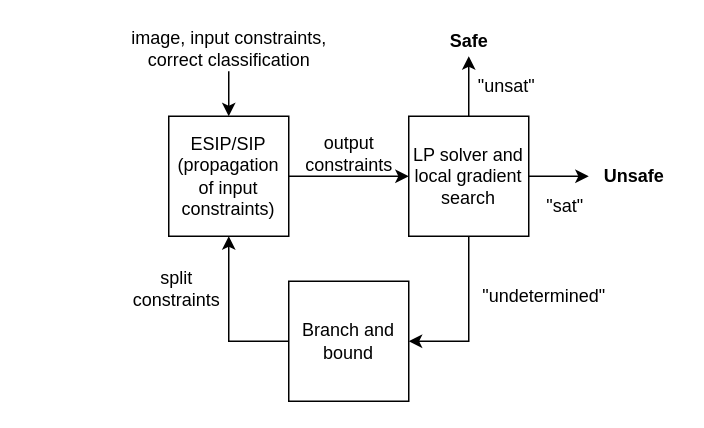
Earlier version of the draw.io diagram Algorithm.drawio (DaveHudiny/DaveHudiny). Source tidied: cells renumbered, new cells numbered last; positions are measured from the earlier drawing's top-left corner, leaving out a move shared by most shapes. Both pictures are drawn from the tidied source at 150%, with x=0, y=0 at pixel (116, 26).
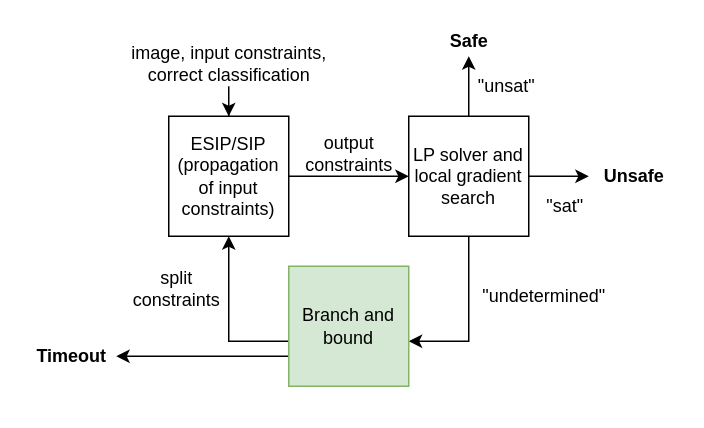
Above is the later version.

Change to the diagram source:
```diff
@@
     <mxCell id="11" value="image, input constraints,&lt;br&gt;correct classification" style="text;html=1;align=center;verticalAlign=middle;points=[];strokeColor=none;fillColor=none;" parent="1" vertex="1">
-      <mxGeometry width="150" height="30" as="geometry" />
+      <mxGeometry y="10" width="150" height="30" as="geometry" />
     </mxCell>
@@
+    <mxCell id="19" style="edgeStyle=orthogonalEdgeStyle;rounded=0;jettySize=auto;html=1;" parent="1" edge="1" source="14" target="20">
+      <mxGeometry relative="1" as="geometry">
+        <Array as="points">
+          <mxPoint x="55" y="220" />
+          <mxPoint x="55" y="220" />
+        </Array>
+      </mxGeometry>
+    </mxCell>
-    <mxCell id="14" value="Branch and bound" style="whiteSpace=wrap;html=1;" parent="1" vertex="1">
-      <mxGeometry x="115" y="170" width="80" height="80" as="geometry" />
+    <mxCell id="14" value="Branch and bound" style="whiteSpace=wrap;html=1;fillColor=#d5e8d4;strokeColor=#82b366;" parent="1" vertex="1">
+      <mxGeometry x="115" y="160" width="80" height="80" as="geometry" />
     </mxCell>
@@
+    <mxCell id="20" value="&lt;b&gt;Timeout&lt;/b&gt;" style="text;html=1;align=center;verticalAlign=middle;points=[];strokeColor=none;fillColor=none;" parent="1" vertex="1">
+      <mxGeometry x="-60" y="210" width="60" height="20" as="geometry" />
+    </mxCell>
```
